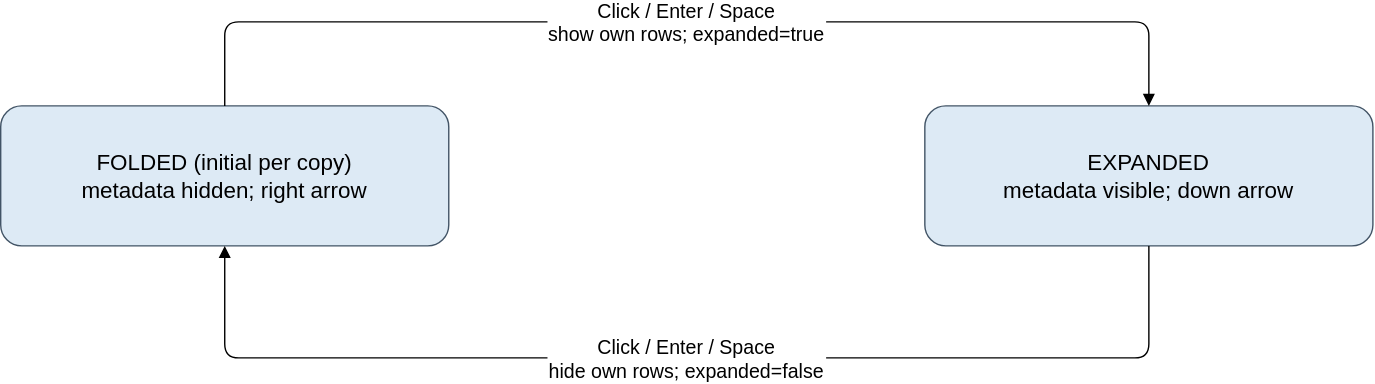
Above: docs/architecture/diagrams/detail-metadata.svg in sysblacksmith/STV_sphinx-traceability-view (draw.io), before the change. Source tidied: cells renumbered, new cells last; positions are measured from the earlier drawing's top-left corner, leaving out a move shared by most shapes.
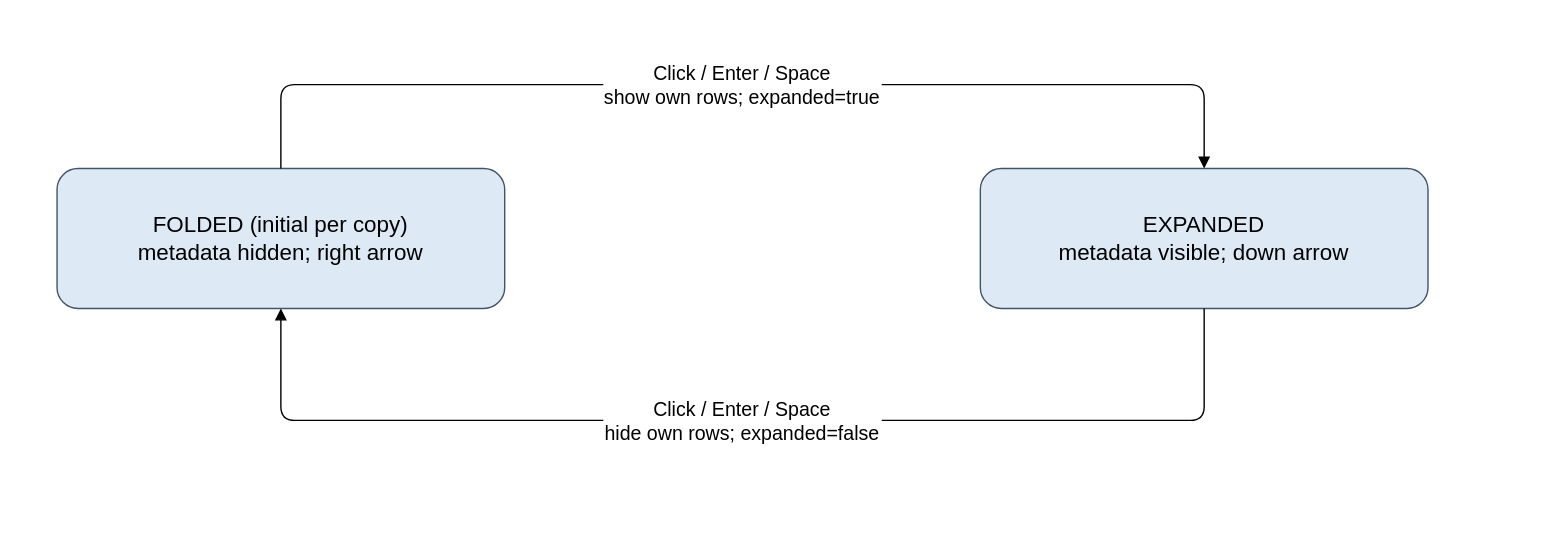
After the change.

What changed in the source:
```diff
@@ -2,6 +2,9 @@
   <root>
     <mxCell id="0" />
     <mxCell id="1" parent="0" />
+    <mxCell id="6" style="shape=rect;fillColor=#ffffff;fillOpacity=0;strokeColor=none;" parent="1" vertex="1">
+      <mxGeometry x="-40" y="-60" width="1100" height="380" as="geometry" />
+    </mxCell>
     <mxCell id="2" value="FOLDED (initial per copy)&#10;metadata hidden; right arrow" style="rounded=1;whiteSpace=wrap;html=0;fillColor=#ddeaf5;strokeColor=#425466;fontSize=16;spacing=10;" parent="1" vertex="1">
       <mxGeometry y="60" width="320" height="100" as="geometry" />
     </mxCell>
```
